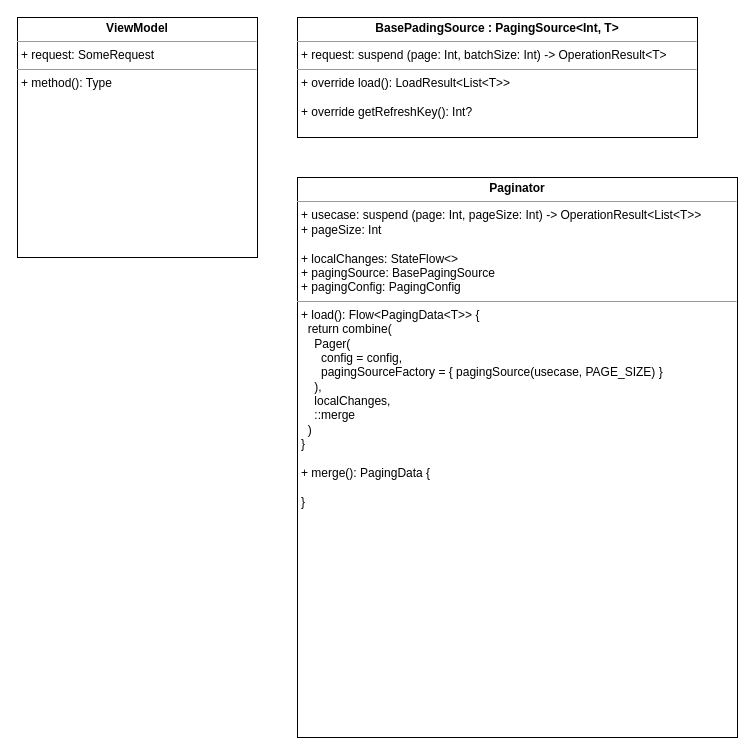
The draw.io diagram feature/Пагинатор.drawio in ShiryaevNikolay/diagrams, before the edit. Source tidied: cells renumbered, new cells numbered last; positions are measured from the earlier drawing's top-left corner, leaving out a move shared by most shapes. Both pictures are drawn from the tidied source at 100%, with x=0, y=0 at pixel (17, 17).
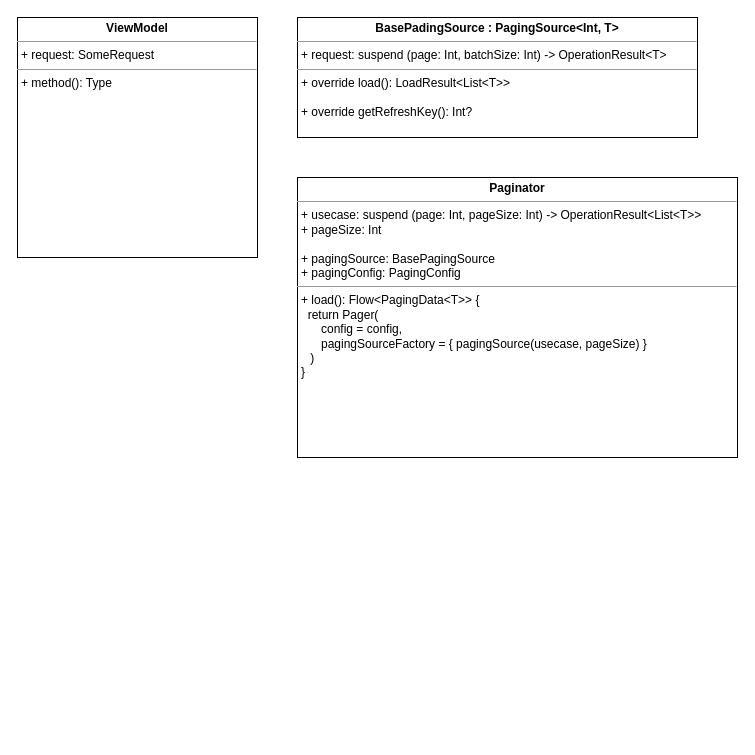
The same page after the edit.

What changed in the source:
```diff
@@
 <mxGraphModel>
   <root>
     <mxCell id="0" />
     <mxCell id="1" parent="0" />
     <mxCell id="2" value="&lt;p style=&quot;margin:0px;margin-top:4px;text-align:center;&quot;&gt;&lt;b&gt;ViewModel&lt;/b&gt;&lt;br&gt;&lt;/p&gt;&lt;hr size=&quot;1&quot;&gt;&lt;p style=&quot;margin:0px;margin-left:4px;&quot;&gt;+ request: SomeRequest&lt;/p&gt;&lt;hr size=&quot;1&quot;&gt;&lt;p style=&quot;margin:0px;margin-left:4px;&quot;&gt;+ method(): Type&lt;/p&gt;" style="verticalAlign=top;align=left;overflow=fill;fontSize=12;fontFamily=Helvetica;html=1;whiteSpace=wrap;" parent="1" vertex="1">
       <mxGeometry width="240" height="240" as="geometry" />
     </mxCell>
     <mxCell id="3" value="&lt;p style=&quot;margin:0px;margin-top:4px;text-align:center;&quot;&gt;&lt;b&gt;BasePadingSource : PagingSource&amp;lt;Int, T&amp;gt;&lt;br&gt;&lt;/b&gt;&lt;/p&gt;&lt;hr size=&quot;1&quot;&gt;&lt;p style=&quot;margin:0px;margin-left:4px;&quot;&gt;+ request: suspend (page: Int, batchSize: Int) -&amp;gt; OperationResult&amp;lt;T&amp;gt;&lt;br&gt;&lt;/p&gt;&lt;hr size=&quot;1&quot;&gt;&lt;p style=&quot;margin:0px;margin-left:4px;&quot;&gt;+ override load(): LoadResult&amp;lt;List&amp;lt;T&amp;gt;&amp;gt;&lt;br&gt;&lt;/p&gt;&lt;p style=&quot;margin:0px;margin-left:4px;&quot;&gt;&lt;br&gt;&lt;/p&gt;&lt;p style=&quot;margin:0px;margin-left:4px;&quot;&gt;+ override getRefreshKey(): Int?&lt;br&gt;&lt;/p&gt;" style="verticalAlign=top;align=left;overflow=fill;fontSize=12;fontFamily=Helvetica;html=1;whiteSpace=wrap;" parent="1" vertex="1">
       <mxGeometry x="280" width="400" height="120" as="geometry" />
     </mxCell>
-    <mxCell id="4" value="&lt;p style=&quot;margin:0px;margin-top:4px;text-align:center;&quot;&gt;&lt;b&gt;Paginator&lt;/b&gt;&lt;br&gt;&lt;/p&gt;&lt;hr size=&quot;1&quot;&gt;&lt;p style=&quot;margin:0px;margin-left:4px;&quot;&gt;+ usecase: suspend (page: Int, pageSize: Int) -&amp;gt; OperationResult&amp;lt;List&amp;lt;T&amp;gt;&amp;gt;&lt;br&gt;&lt;/p&gt;&lt;p style=&quot;margin:0px;margin-left:4px;&quot;&gt;+ pageSize: Int&lt;/p&gt;&lt;p style=&quot;margin:0px;margin-left:4px;&quot;&gt;&lt;br&gt;&lt;/p&gt;&lt;p style=&quot;margin:0px;margin-left:4px;&quot;&gt;+ localChanges: StateFlow&amp;lt;&amp;gt;&lt;br&gt;&lt;/p&gt;&lt;p style=&quot;margin:0px;margin-left:4px;&quot;&gt;+ pagingSource: BasePagingSource&lt;/p&gt;&lt;p style=&quot;margin:0px;margin-left:4px;&quot;&gt;+ pagingConfig: PagingConfig&lt;/p&gt;&lt;p style=&quot;margin:0px;margin-left:4px;&quot;&gt;&lt;/p&gt;&lt;hr size=&quot;1&quot;&gt;&lt;p style=&quot;margin:0px;margin-left:4px;&quot;&gt;+ load(): Flow&amp;lt;PagingData&amp;lt;T&amp;gt;&amp;gt; {&lt;/p&gt;&lt;p style=&quot;margin:0px;margin-left:4px;&quot;&gt;&amp;nbsp; return combine(&lt;/p&gt;&lt;p style=&quot;margin:0px;margin-left:4px;&quot;&gt;&amp;nbsp;&amp;nbsp;&amp;nbsp; Pager(&lt;/p&gt;&lt;p style=&quot;margin:0px;margin-left:4px;&quot;&gt;&amp;nbsp;&amp;nbsp;&amp;nbsp;&amp;nbsp;&amp;nbsp; config = config,&lt;/p&gt;&lt;p style=&quot;margin:0px;margin-left:4px;&quot;&gt;&amp;nbsp;&amp;nbsp;&amp;nbsp;&amp;nbsp;&amp;nbsp; pagingSourceFactory = { pagingSource(usecase, PAGE_SIZE) }&lt;br&gt;&lt;/p&gt;&lt;p style=&quot;margin:0px;margin-left:4px;&quot;&gt;&amp;nbsp;&amp;nbsp;&amp;nbsp; ),&lt;/p&gt;&lt;p style=&quot;margin:0px;margin-left:4px;&quot;&gt;&amp;nbsp;&amp;nbsp;&amp;nbsp; localChanges,&lt;/p&gt;&lt;p style=&quot;margin:0px;margin-left:4px;&quot;&gt;&amp;nbsp;&amp;nbsp;&amp;nbsp; ::merge&lt;br&gt;&lt;/p&gt;&lt;p style=&quot;margin:0px;margin-left:4px;&quot;&gt;&amp;nbsp; )&lt;/p&gt;&lt;p style=&quot;margin:0px;margin-left:4px;&quot;&gt;}&lt;/p&gt;&lt;p style=&quot;margin:0px;margin-left:4px;&quot;&gt;&lt;br&gt;&lt;/p&gt;&lt;p style=&quot;margin:0px;margin-left:4px;&quot;&gt;+ merge(): PagingData {&lt;/p&gt;&lt;p style=&quot;margin:0px;margin-left:4px;&quot;&gt;&lt;br&gt;&lt;/p&gt;&lt;p style=&quot;margin:0px;margin-left:4px;&quot;&gt;}&lt;br&gt;&lt;/p&gt;" style="verticalAlign=top;align=left;overflow=fill;fontSize=12;fontFamily=Helvetica;html=1;whiteSpace=wrap;" parent="1" vertex="1">
-      <mxGeometry x="280" y="160" width="440" height="560" as="geometry" />
+    <mxCell id="4" value="&lt;p style=&quot;margin:0px;margin-top:4px;text-align:center;&quot;&gt;&lt;b&gt;Paginator&lt;/b&gt;&lt;br&gt;&lt;/p&gt;&lt;hr size=&quot;1&quot;&gt;&lt;p style=&quot;margin:0px;margin-left:4px;&quot;&gt;+ usecase: suspend (page: Int, pageSize: Int) -&amp;gt; OperationResult&amp;lt;List&amp;lt;T&amp;gt;&amp;gt;&lt;br&gt;&lt;/p&gt;&lt;p style=&quot;margin:0px;margin-left:4px;&quot;&gt;+ pageSize: Int&lt;/p&gt;&lt;br&gt;&lt;p style=&quot;margin:0px;margin-left:4px;&quot;&gt;+ pagingSource: BasePagingSource&lt;/p&gt;&lt;p style=&quot;margin:0px;margin-left:4px;&quot;&gt;+ pagingConfig: PagingConfig&lt;/p&gt;&lt;p style=&quot;margin:0px;margin-left:4px;&quot;&gt;&lt;/p&gt;&lt;hr size=&quot;1&quot;&gt;&lt;p style=&quot;margin:0px;margin-left:4px;&quot;&gt;+ load(): Flow&amp;lt;PagingData&amp;lt;T&amp;gt;&amp;gt; {&lt;/p&gt;&lt;p style=&quot;margin:0px;margin-left:4px;&quot;&gt;&amp;nbsp; return Pager(&lt;/p&gt;&lt;p style=&quot;margin:0px;margin-left:4px;&quot;&gt;&amp;nbsp;&amp;nbsp;&amp;nbsp;&amp;nbsp;&amp;nbsp; config = config,&lt;/p&gt;&lt;p style=&quot;margin:0px;margin-left:4px;&quot;&gt;&amp;nbsp;&amp;nbsp;&amp;nbsp;&amp;nbsp;&amp;nbsp; pagingSourceFactory = { pagingSource(usecase, pageSize) }&lt;br&gt;&lt;/p&gt;&amp;nbsp;&amp;nbsp;&amp;nbsp; )&lt;p style=&quot;margin:0px;margin-left:4px;&quot;&gt;}&lt;/p&gt;" style="verticalAlign=top;align=left;overflow=fill;fontSize=12;fontFamily=Helvetica;html=1;whiteSpace=wrap;" parent="1" vertex="1">
+      <mxGeometry x="280" y="160" width="440" height="280" as="geometry" />
     </mxCell>
   </root>
 </mxGraphModel>
```
